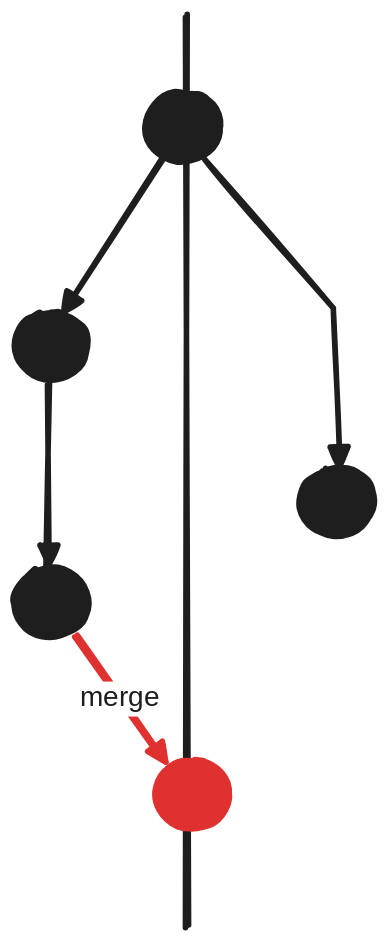
This is cimug2024/Attachments/index 2024-05-12 19.23.25.excalidraw.light.svg from bartkl/presentations, a Excalidraw export, as it was before one commit. Source tidied: one line per element, renumbered; positions are measured from the earlier drawing's top-left corner, leaving out a move shared by most shapes.
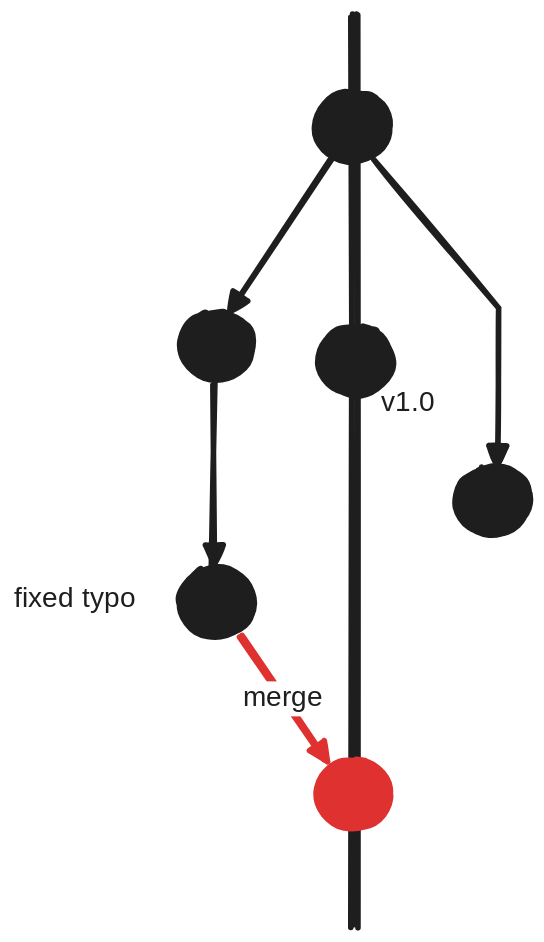
After the change.

Change to the diagram source:
```diff
@@ -1,11 +1,15 @@
 {"id": 0, "type": "line", "strokeColor": "#1e1e1e", "strokeWidth": 4, "roughness": 1, "round": true, "x": 123, "y": 0, "width": 0, "height": 652, "points": [[0, 0], [0, 652]]}
-{"id": 1, "type": "ellipse", "strokeColor": "#1e1e1e", "backgroundColor": "#1e1e1e", "fillStyle": "solid", "strokeWidth": 4, "roughness": 1, "round": true, "x": 95, "y": 55, "width": 53, "height": 49}
+{"id": 1, "type": "ellipse", "strokeColor": "#1e1e1e", "backgroundColor": "#1e1e1e", "fillStyle": "solid", "strokeWidth": 4, "roughness": 1, "round": true, "x": 98, "y": 55, "width": 53, "height": 49}
 {"id": 2, "type": "ellipse", "strokeColor": "#1e1e1e", "backgroundColor": "#1e1e1e", "fillStyle": "solid", "strokeWidth": 4, "roughness": 1, "round": true, "x": 0, "y": 212, "width": 53, "height": 49}
 {"id": 3, "type": "ellipse", "strokeColor": "#1e1e1e", "backgroundColor": "#1e1e1e", "fillStyle": "solid", "strokeWidth": 4, "roughness": 1, "round": true, "x": 0, "y": 395, "width": 53, "height": 49}
-{"id": 4, "type": "ellipse", "strokeColor": "#1e1e1e", "backgroundColor": "#1e1e1e", "fillStyle": "solid", "strokeWidth": 4, "roughness": 1, "round": true, "x": 205, "y": 323, "width": 53, "height": 49}
+{"id": 4, "type": "ellipse", "strokeColor": "#1e1e1e", "backgroundColor": "#1e1e1e", "fillStyle": "solid", "strokeWidth": 4, "roughness": 1, "round": true, "x": 198, "y": 322, "width": 53, "height": 49}
-{"id": 5, "type": "arrow", "strokeColor": "#1e1e1e", "backgroundColor": "#1e1e1e", "fillStyle": "solid", "strokeWidth": 4, "roughness": 1, "endArrowhead": "triangle", "round": true, "from": 1, "to": 2, "x": 106, "y": 103, "width": 69, "height": 107, "points": [[0, 0], [-69, 107]]}
+{"id": 5, "type": "arrow", "strokeColor": "#1e1e1e", "backgroundColor": "#1e1e1e", "fillStyle": "solid", "strokeWidth": 4, "roughness": 1, "endArrowhead": "triangle", "round": true, "from": 1, "to": 2, "x": 108, "y": 103, "width": 72, "height": 108, "points": [[0, 0], [-72, 108]]}
 {"id": 6, "type": "arrow", "strokeColor": "#1e1e1e", "backgroundColor": "#1e1e1e", "fillStyle": "solid", "strokeWidth": 4, "roughness": 1, "endArrowhead": "triangle", "round": true, "from": 2, "to": 3, "x": 25, "y": 263, "width": 2, "height": 131, "points": [[0, 0], [-2, 131]]}
-{"id": 7, "type": "ellipse", "strokeColor": "#e03131", "backgroundColor": "#e03131", "fillStyle": "solid", "strokeWidth": 4, "roughness": 1, "round": true, "x": 101, "y": 532, "width": 53, "height": 49}
-{"id": 8, "type": "arrow", "strokeColor": "#e03131", "backgroundColor": "#1e1e1e", "fillStyle": "solid", "strokeWidth": 4, "roughness": 1, "endArrowhead": "triangle", "round": true, "from": 3, "to": 7, "x": 44, "y": 445, "width": 63, "height": 88, "points": [[0, 0], [63, 88]]}
+{"id": 8, "type": "arrow", "strokeColor": "#e03131", "backgroundColor": "#1e1e1e", "fillStyle": "solid", "strokeWidth": 4, "roughness": 1, "endArrowhead": "triangle", "round": true, "from": 3, "to": 7, "x": 44, "y": 445, "width": 61, "height": 88, "points": [[0, 0], [61, 88]]}
 {"id": 9, "type": "text", "text": "merge", "strokeColor": "#1e1e1e", "backgroundColor": "#e03131", "fillStyle": "solid", "strokeWidth": 4, "roughness": 1, "fontSize": 20, "fontFamily": 1, "textAlign": "center", "verticalAlign": "middle", "inside": 8, "x": 45, "y": 460, "width": 53, "height": 25}
-{"id": 10, "type": "arrow", "strokeColor": "#1e1e1e", "backgroundColor": "#e03131", "fillStyle": "solid", "strokeWidth": 4, "roughness": 1, "endArrowhead": "triangle", "from": 1, "to": 4, "x": 136, "y": 103, "width": 96, "height": 219, "points": [[0, 0], [92, 106], [96, 219]]}
+{"id": 10, "type": "arrow", "strokeColor": "#1e1e1e", "backgroundColor": "#e03131", "fillStyle": "solid", "strokeWidth": 4, "roughness": 1, "endArrowhead": "triangle", "from": 1, "to": 4, "x": 139, "y": 103, "width": 89, "height": 218, "points": [[0, 0], [89, 106], [88, 218]]}
+{"id": 11, "type": "line", "strokeColor": "#1e1e1e", "strokeWidth": 4, "roughness": 1, "round": true, "x": 126, "y": 0, "width": 0, "height": 652, "points": [[0, 0], [0, 652]]}
+{"id": 7, "type": "ellipse", "strokeColor": "#e03131", "backgroundColor": "#e03131", "fillStyle": "solid", "strokeWidth": 4, "roughness": 1, "round": true, "x": 98, "y": 532, "width": 53, "height": 49}
+{"id": 12, "type": "ellipse", "strokeColor": "#1e1e1e", "backgroundColor": "#1e1e1e", "fillStyle": "solid", "strokeWidth": 4, "roughness": 1, "round": true, "x": 99, "y": 222, "width": 53, "height": 49}
+{"id": 13, "type": "text", "text": "v1.0", "strokeColor": "#1e1e1e", "backgroundColor": "#e03131", "fillStyle": "solid", "strokeWidth": 4, "roughness": 1, "fontSize": 20, "fontFamily": 1, "x": 144, "y": 266, "width": 35, "height": 25}
+{"id": 14, "type": "text", "text": "fixed typo", "strokeColor": "#1e1e1e", "backgroundColor": "#e03131", "fillStyle": "solid", "strokeWidth": 4, "roughness": 1, "fontSize": 20, "fontFamily": 1, "x": -118, "y": 406, "width": 99, "height": 25}
```
